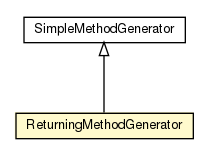
johncarl81/transfuse keeps this Graphviz diagram as javadocs/main/org/androidtransfuse/gen/componentBuilder/ReturningMethodGenerator.png. Above is the earlier version. Its source is kept beside it as javadocs/main/org/androidtransfuse/gen/componentBuilder/ReturningMethodGenerator.dot. The source it was exported from:
```dot

digraph G {
	edge [fontname="Helvetica",fontsize=10,labelfontname="Helvetica",labelfontsize=10];
	node [fontname="Helvetica",fontsize=10,shape=plaintext];
	nodesep=0.25;
	ranksep=0.5;
	c68931 [label=<<table title="org.androidtransfuse.gen.componentBuilder.ReturningMethodGenerator" border="0" cellborder="1" cellspacing="0" cellpadding="2" port="p" bgcolor="lemonChiffon" href="./ReturningMethodGenerator.html">
		<tr><td><table border="0" cellspacing="0" cellpadding="1">
<tr><td align="center" balign="center"> ReturningMethodGenerator </td></tr>
		</table></td></tr>
		</table>>, fontname="Helvetica", fontcolor="black", fontsize=10.0];
	c68942 [label=<<table title="org.androidtransfuse.gen.componentBuilder.SimpleMethodGenerator" border="0" cellborder="1" cellspacing="0" cellpadding="2" port="p" href="./SimpleMethodGenerator.html">
		<tr><td><table border="0" cellspacing="0" cellpadding="1">
<tr><td align="center" balign="center"> SimpleMethodGenerator </td></tr>
		</table></td></tr>
		</table>>, fontname="Helvetica", fontcolor="black", fontsize=10.0];
	c68942:p -> c68931:p [dir=back,arrowtail=empty];
}
```
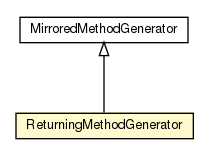
Later version of the same file.

Change to the diagram source:
```diff
@@ -4,15 +4,15 @@
 	node [fontname="Helvetica",fontsize=10,shape=plaintext];
 	nodesep=0.25;
 	ranksep=0.5;
-	c68931 [label=<<table title="org.androidtransfuse.gen.componentBuilder.ReturningMethodGenerator" border="0" cellborder="1" cellspacing="0" cellpadding="2" port="p" bgcolor="lemonChiffon" href="./ReturningMethodGenerator.html">
+	c84116 [label=<<table title="org.androidtransfuse.gen.componentBuilder.ReturningMethodGenerator" border="0" cellborder="1" cellspacing="0" cellpadding="2" port="p" bgcolor="lemonChiffon" href="./ReturningMethodGenerator.html">
 		<tr><td><table border="0" cellspacing="0" cellpadding="1">
 <tr><td align="center" balign="center"> ReturningMethodGenerator </td></tr>
 		</table></td></tr>
 		</table>>, fontname="Helvetica", fontcolor="black", fontsize=10.0];
-	c68942 [label=<<table title="org.androidtransfuse.gen.componentBuilder.SimpleMethodGenerator" border="0" cellborder="1" cellspacing="0" cellpadding="2" port="p" href="./SimpleMethodGenerator.html">
+	c84129 [label=<<table title="org.androidtransfuse.gen.componentBuilder.MirroredMethodGenerator" border="0" cellborder="1" cellspacing="0" cellpadding="2" port="p" href="./MirroredMethodGenerator.html">
 		<tr><td><table border="0" cellspacing="0" cellpadding="1">
-<tr><td align="center" balign="center"> SimpleMethodGenerator </td></tr>
+<tr><td align="center" balign="center"> MirroredMethodGenerator </td></tr>
 		</table></td></tr>
 		</table>>, fontname="Helvetica", fontcolor="black", fontsize=10.0];
-	c68942:p -> c68931:p [dir=back,arrowtail=empty];
+	c84129:p -> c84116:p [dir=back,arrowtail=empty];
 }
```
